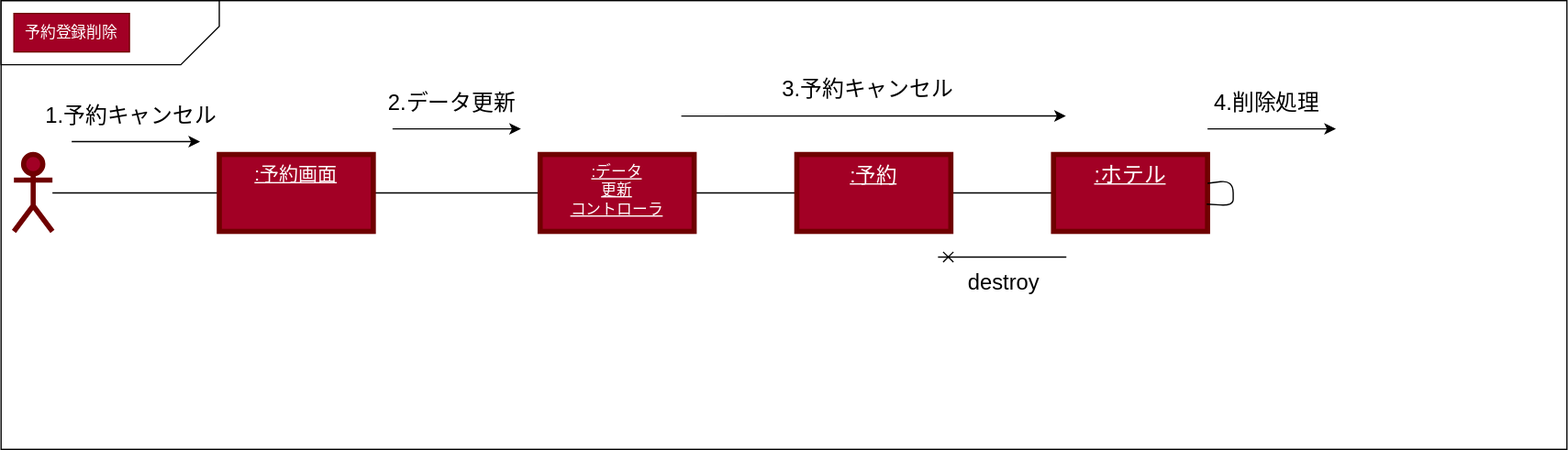
The draw.io diagram 演習５/演習５-2_CD_予約登録削除.drawio.svg in Kuya0307/unl-introduction, before a commit. Source tidied: cells renumbered, new cells last; positions are measured from the earlier drawing's top-left corner, leaving out a move shared by most shapes.
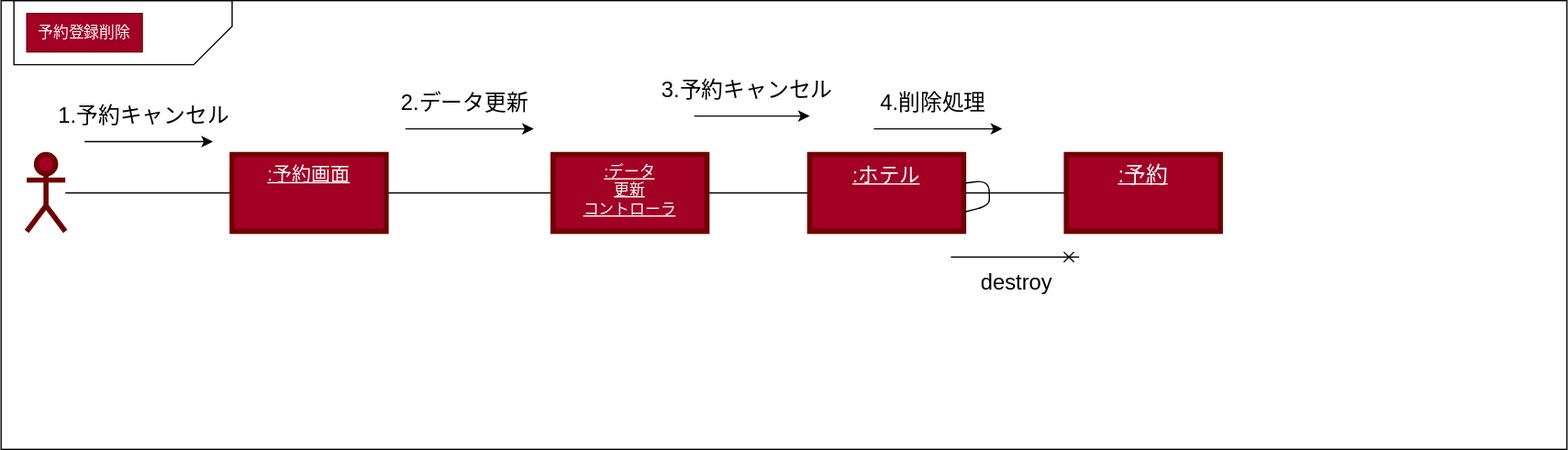
The same file after the commit.

Diff of the diagram source:
```diff
@@ -3,7 +3,7 @@
     <mxCell id="0" />
     <mxCell id="1" parent="0" />
     <mxCell id="2" style="rounded=0;whiteSpace=wrap;html=1;" parent="1" vertex="1">
-      <mxGeometry width="1220" height="350" as="geometry" />
+      <mxGeometry x="-10" width="1220" height="350" as="geometry" />
     </mxCell>
     <mxCell id="3" style="shape=card;whiteSpace=wrap;html=1;rotation=-180;" parent="1" vertex="1">
       <mxGeometry width="170" height="50" as="geometry" />
@@ -14,7 +14,7 @@
     <mxCell id="5" style="edgeStyle=none;html=1;endArrow=none;endFill=0;" parent="1" edge="1" source="6" target="8">
       <mxGeometry relative="1" as="geometry" />
     </mxCell>
-    <mxCell id="6" value=":利用者" style="shape=umlActor;verticalLabelPosition=bottom;verticalAlign=top;html=1;outlineConnect=0;fillColor=#a20025;fontColor=#ffffff;strokeColor=#6F0000;strokeWidth=4;" parent="1" vertex="1">
+    <mxCell id="6" value="&lt;u&gt;:利用者&lt;/u&gt;" style="shape=umlActor;verticalLabelPosition=bottom;verticalAlign=top;html=1;outlineConnect=0;fillColor=#a20025;fontColor=#ffffff;strokeColor=#6F0000;strokeWidth=4;" parent="1" vertex="1">
       <mxGeometry x="10" y="120" width="30" height="60" as="geometry" />
     </mxCell>
     <mxCell id="7" style="edgeStyle=none;html=1;fontSize=15;endArrow=none;endFill=0;" parent="1" edge="1" source="8" target="10">
@@ -32,10 +32,10 @@
     <mxCell id="11" style="edgeStyle=none;html=1;fontSize=16;endArrow=none;endFill=0;" parent="1" edge="1" source="12" target="13">
       <mxGeometry relative="1" as="geometry" />
     </mxCell>
-    <mxCell id="12" value="&lt;u&gt;&lt;font style=&quot;font-size: 16px;&quot;&gt;:予約&lt;/font&gt;&lt;/u&gt;" style="whiteSpace=wrap;html=1;verticalAlign=top;fillColor=#a20025;strokeColor=#6F0000;fontColor=#ffffff;strokeWidth=4;" parent="1" vertex="1">
+    <mxCell id="12" value="&lt;span style=&quot;font-size: 16px;&quot;&gt;&lt;u&gt;:ホテル&lt;/u&gt;&lt;/span&gt;" style="whiteSpace=wrap;html=1;verticalAlign=top;fillColor=#a20025;strokeColor=#6F0000;fontColor=#ffffff;strokeWidth=4;" parent="1" vertex="1">
       <mxGeometry x="620" y="120" width="120" height="60" as="geometry" />
     </mxCell>
-    <mxCell id="13" value="&lt;u&gt;&lt;font style=&quot;font-size: 17px;&quot;&gt;:ホテル&lt;/font&gt;&lt;/u&gt;" style="whiteSpace=wrap;html=1;verticalAlign=top;fillColor=#a20025;strokeColor=#6F0000;fontColor=#ffffff;strokeWidth=4;" parent="1" vertex="1">
+    <mxCell id="13" value="&lt;span style=&quot;font-size: 17px;&quot;&gt;&lt;u&gt;:予約&lt;/u&gt;&lt;/span&gt;" style="whiteSpace=wrap;html=1;verticalAlign=top;fillColor=#a20025;strokeColor=#6F0000;fontColor=#ffffff;strokeWidth=4;" parent="1" vertex="1">
       <mxGeometry x="820" y="120" width="120" height="60" as="geometry" />
     </mxCell>
     <mxCell id="14" style="endArrow=classic;html=1;fontSize=17;" parent="1" edge="1">
@@ -60,9 +60,10 @@
         <mxPoint x="-5" y="-20" as="offset" />
       </mxGeometry>
     </mxCell>
-    <mxCell id="18" style="endArrow=classic;html=1;fontSize=17;entryX=0.68;entryY=0.257;entryDx=0;entryDy=0;entryPerimeter=0;" parent="1" edge="1" target="2">
+    <mxCell id="18" style="endArrow=classic;html=1;fontSize=17;" parent="1" edge="1">
       <mxGeometry relative="1" as="geometry">
         <mxPoint x="530" y="90" as="sourcePoint" />
+        <mxPoint x="620" y="90" as="targetPoint" />
       </mxGeometry>
     </mxCell>
     <mxCell id="19" value="3.予約キャンセル" style="edgeLabel;html=1;align=center;verticalAlign=middle;strokeWidth=4;fontSize=17;" parent="18" vertex="1">
@@ -70,13 +71,10 @@
         <mxPoint x="-5" y="-20" as="offset" />
       </mxGeometry>
     </mxCell>
-    <mxCell id="20" style="edgeStyle=none;html=1;entryX=0.995;entryY=0.645;entryDx=0;entryDy=0;entryPerimeter=0;fontSize=17;endArrow=none;endFill=0;" parent="1" edge="1" source="13" target="13">
-      <mxGeometry relative="1" as="geometry" />
-    </mxCell>
     <mxCell id="21" style="endArrow=classic;html=1;fontSize=17;" parent="1" edge="1">
       <mxGeometry relative="1" as="geometry">
-        <mxPoint x="940" y="100" as="sourcePoint" />
-        <mxPoint x="1040" y="100" as="targetPoint" />
+        <mxPoint x="670" y="100" as="sourcePoint" />
+        <mxPoint x="770" y="100" as="targetPoint" />
       </mxGeometry>
     </mxCell>
     <mxCell id="22" value="4.削除処理" style="edgeLabel;html=1;align=center;verticalAlign=middle;strokeWidth=4;fontSize=17;" parent="21" vertex="1">
@@ -84,7 +82,7 @@
         <mxPoint x="-5" y="-20" as="offset" />
       </mxGeometry>
     </mxCell>
-    <mxCell id="23" style="endArrow=none;html=1;fontSize=17;endFill=0;startArrow=cross;startFill=0;" parent="1" edge="1">
+    <mxCell id="23" style="endArrow=cross;html=1;fontSize=17;endFill=0;startArrow=none;startFill=0;" parent="1" edge="1">
       <mxGeometry relative="1" as="geometry">
         <mxPoint x="730" y="200" as="sourcePoint" />
         <mxPoint x="830" y="200" as="targetPoint" />
@@ -95,5 +93,8 @@
         <mxPoint y="20" as="offset" />
       </mxGeometry>
     </mxCell>
+    <mxCell id="25" style="edgeStyle=none;html=1;entryX=1;entryY=0.75;entryDx=0;entryDy=0;endArrow=none;endFill=0;" parent="1" edge="1" source="12" target="12">
+      <mxGeometry relative="1" as="geometry" />
+    </mxCell>
   </root>
 </mxGraphModel>
```
